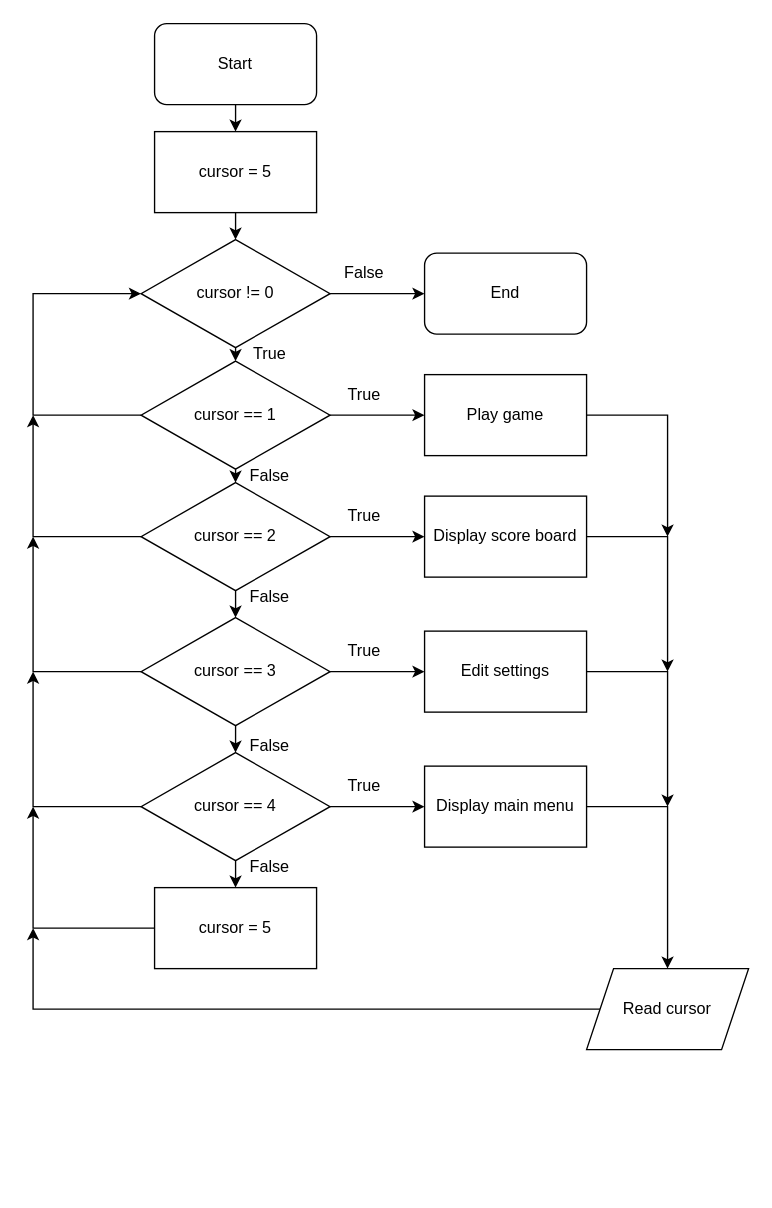
The draw.io diagram program-flowchart.drawio in ducthinh-dev/number-guessing-game, before the edit. Source tidied: cells renumbered, new cells numbered last; positions are measured from the earlier drawing's top-left corner, leaving out a move shared by most shapes. Both pictures are drawn from the tidied source at 135%, with x=0, y=0 at pixel (32, 23).
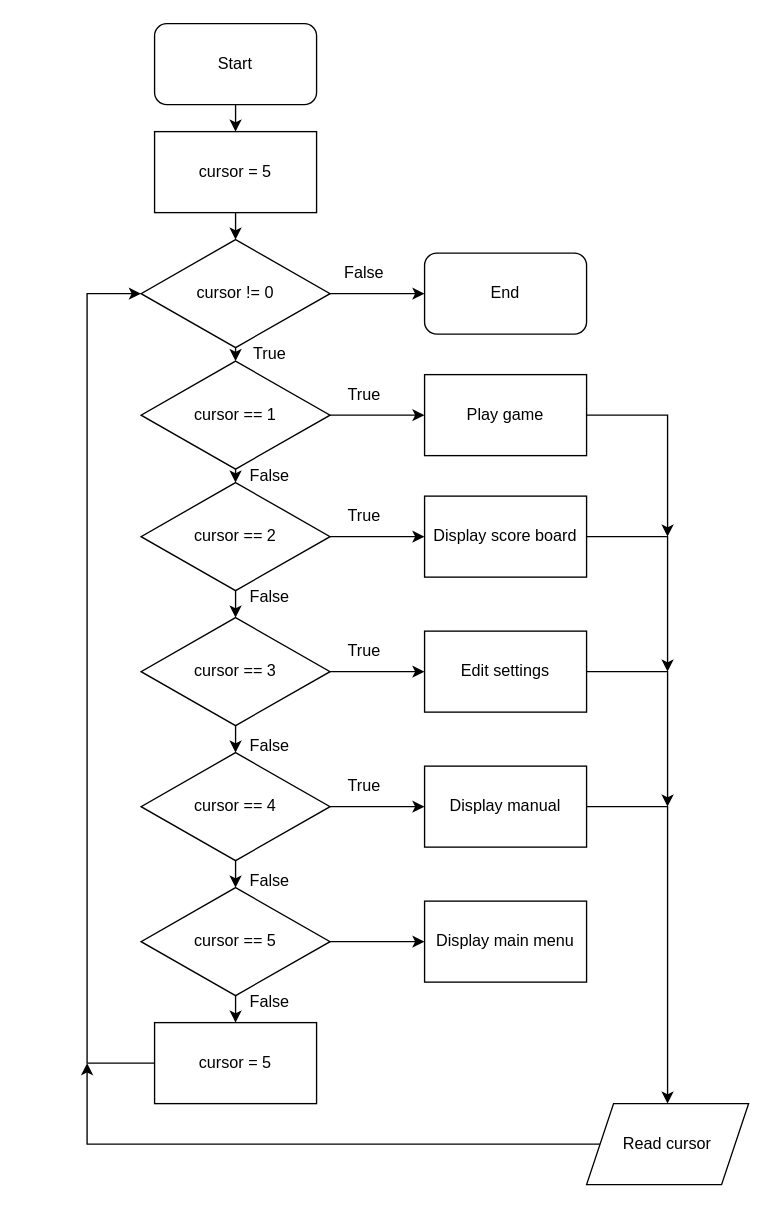
After the change.

The change refers to these unchanged cells:
```xml
<mxCell id="4" value="cursor != 0" style="rhombus;whiteSpace=wrap;html=1;" parent="1" vertex="1">
  <mxGeometry x="80" y="160" width="140" height="80" as="geometry" />
</mxCell>
<mxCell id="12" value="cursor == 1" style="rhombus;whiteSpace=wrap;html=1;" parent="1" vertex="1">
  <mxGeometry x="80" y="250" width="140" height="80" as="geometry" />
</mxCell>
<mxCell id="18" value="cursor == 2" style="rhombus;whiteSpace=wrap;html=1;" parent="1" vertex="1">
  <mxGeometry x="80" y="340" width="140" height="80" as="geometry" />
</mxCell>
<mxCell id="25" value="cursor == 3" style="rhombus;whiteSpace=wrap;html=1;" parent="1" vertex="1">
  <mxGeometry x="80" y="440" width="140" height="80" as="geometry" />
</mxCell>
<mxCell id="31" value="cursor == 4" style="rhombus;whiteSpace=wrap;html=1;" parent="1" vertex="1">
  <mxGeometry x="80" y="540" width="140" height="80" as="geometry" />
</mxCell>
```

What changed in the source:
```diff
@@
-    <mxCell id="11" style="edgeStyle=none;html=1;exitX=0;exitY=0.5;exitDx=0;exitDy=0;entryX=0;entryY=0.5;entryDx=0;entryDy=0;rounded=0;" parent="1" edge="1" source="12" target="4">
-      <mxGeometry relative="1" as="geometry">
-        <Array as="points">
-          <mxPoint y="290" />
-          <mxPoint y="200" />
-        </Array>
-      </mxGeometry>
-    </mxCell>
@@
-    <mxCell id="16" style="edgeStyle=none;rounded=0;html=1;exitX=0;exitY=0.5;exitDx=0;exitDy=0;" parent="1" edge="1" source="18">
-      <mxGeometry relative="1" as="geometry">
-        <mxPoint y="290" as="targetPoint" />
-        <Array as="points">
-          <mxPoint y="380" />
-        </Array>
-      </mxGeometry>
-    </mxCell>
@@
-    <mxCell id="23" style="edgeStyle=none;rounded=0;html=1;exitX=0;exitY=0.5;exitDx=0;exitDy=0;" parent="1" edge="1" source="25">
-      <mxGeometry relative="1" as="geometry">
-        <mxPoint y="380" as="targetPoint" />
-        <Array as="points">
-          <mxPoint y="480" />
-        </Array>
-      </mxGeometry>
-    </mxCell>
@@
-    <mxCell id="29" style="edgeStyle=none;rounded=0;html=1;exitX=0.5;exitY=1;exitDx=0;exitDy=0;entryX=0.5;entryY=0;entryDx=0;entryDy=0;" parent="1" edge="1" source="31" target="40">
-      <mxGeometry relative="1" as="geometry" />
-    </mxCell>
-    <mxCell id="30" style="edgeStyle=none;rounded=0;html=1;exitX=0;exitY=0.5;exitDx=0;exitDy=0;" parent="1" edge="1" source="31">
-      <mxGeometry relative="1" as="geometry">
-        <mxPoint y="480" as="targetPoint" />
-        <Array as="points">
-          <mxPoint y="580" />
-        </Array>
-      </mxGeometry>
-    </mxCell>
+    <mxCell id="48" style="edgeStyle=none;html=1;exitX=0.5;exitY=1;exitDx=0;exitDy=0;" parent="1" edge="1" source="31" target="53">
+      <mxGeometry relative="1" as="geometry" />
+    </mxCell>
@@
-    <mxCell id="33" value="Display main menu" style="rounded=0;whiteSpace=wrap;html=1;" parent="1" vertex="1">
+    <mxCell id="33" value="Display manual" style="rounded=0;whiteSpace=wrap;html=1;" parent="1" vertex="1">
       <mxGeometry x="290" y="550" width="120" height="60" as="geometry" />
     </mxCell>
@@
-    <mxCell id="37" style="edgeStyle=none;rounded=0;html=1;exitX=0;exitY=0.5;exitDx=0;exitDy=0;" parent="1" edge="1" source="38">
-      <mxGeometry relative="1" as="geometry">
-        <mxPoint y="670" as="targetPoint" />
-        <Array as="points">
-          <mxPoint y="730" />
-        </Array>
-      </mxGeometry>
-    </mxCell>
+    <mxCell id="49" style="edgeStyle=none;rounded=0;html=1;exitX=0;exitY=0.5;exitDx=0;exitDy=0;" parent="1" edge="1" source="38">
+      <mxGeometry relative="1" as="geometry">
+        <mxPoint x="40" y="770" as="targetPoint" />
+        <Array as="points">
+          <mxPoint x="40" y="830" />
+        </Array>
+      </mxGeometry>
+    </mxCell>
     <mxCell id="38" value="Read cursor" style="shape=parallelogram;perimeter=parallelogramPerimeter;whiteSpace=wrap;html=1;fixedSize=1;" parent="1" vertex="1">
-      <mxGeometry x="410" y="700" width="120" height="60" as="geometry" />
+      <mxGeometry x="410" y="800" width="120" height="60" as="geometry" />
     </mxCell>
-    <mxCell id="39" style="edgeStyle=none;rounded=0;html=1;exitX=0;exitY=0.5;exitDx=0;exitDy=0;" parent="1" edge="1" source="40">
-      <mxGeometry relative="1" as="geometry">
-        <mxPoint y="580" as="targetPoint" />
-        <Array as="points">
-          <mxPoint y="670" />
-        </Array>
-      </mxGeometry>
-    </mxCell>
+    <mxCell id="50" style="edgeStyle=none;html=1;exitX=0;exitY=0.5;exitDx=0;exitDy=0;entryX=0;entryY=0.5;entryDx=0;entryDy=0;rounded=0;" parent="1" edge="1" source="40" target="4">
+      <mxGeometry relative="1" as="geometry">
+        <Array as="points">
+          <mxPoint x="40" y="770" />
+          <mxPoint x="40" y="200" />
+        </Array>
+      </mxGeometry>
+    </mxCell>
     <mxCell id="40" value="cursor = 5" style="rounded=0;whiteSpace=wrap;html=1;" parent="1" vertex="1">
-      <mxGeometry x="90" y="640" width="120" height="60" as="geometry" />
+      <mxGeometry x="90" y="740" width="120" height="60" as="geometry" />
     </mxCell>
@@
     <mxCell id="47" value="False" style="text;html=1;align=center;verticalAlign=middle;strokeColor=none;fillColor=none;" parent="1" vertex="1">
-      <mxGeometry x="150" y="610" width="50" height="30" as="geometry" />
+      <mxGeometry x="150" y="710" width="50" height="30" as="geometry" />
     </mxCell>
+    <mxCell id="51" style="edgeStyle=none;html=1;exitX=0.5;exitY=1;exitDx=0;exitDy=0;entryX=0.5;entryY=0;entryDx=0;entryDy=0;" parent="1" edge="1" source="53" target="40">
+      <mxGeometry relative="1" as="geometry" />
+    </mxCell>
+    <mxCell id="52" style="edgeStyle=none;html=1;exitX=1;exitY=0.5;exitDx=0;exitDy=0;entryX=0;entryY=0.5;entryDx=0;entryDy=0;" parent="1" edge="1" source="53" target="55">
+      <mxGeometry relative="1" as="geometry" />
+    </mxCell>
+    <mxCell id="53" value="cursor == 5" style="rhombus;whiteSpace=wrap;html=1;" parent="1" vertex="1">
+      <mxGeometry x="80" y="640" width="140" height="80" as="geometry" />
+    </mxCell>
+    <mxCell id="54" value="False" style="text;html=1;align=center;verticalAlign=middle;strokeColor=none;fillColor=none;" parent="1" vertex="1">
+      <mxGeometry x="150" y="620" width="50" height="30" as="geometry" />
+    </mxCell>
+    <mxCell id="55" value="Display main menu" style="rounded=0;whiteSpace=wrap;html=1;" parent="1" vertex="1">
+      <mxGeometry x="290" y="650" width="120" height="60" as="geometry" />
+    </mxCell>
```
